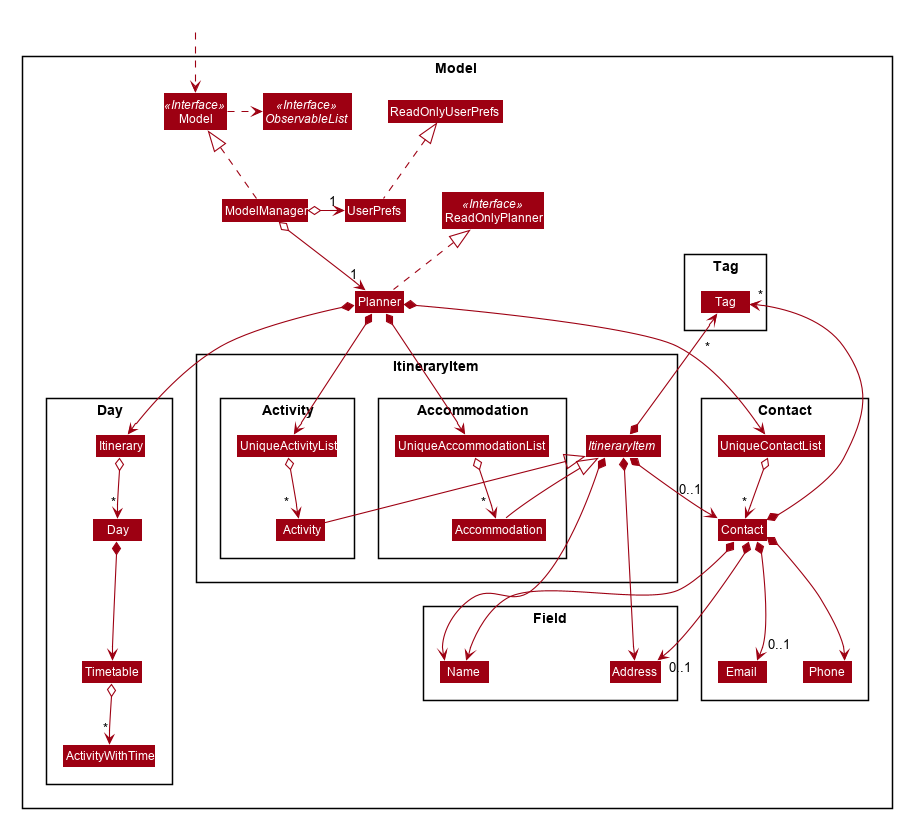
nus-cs2103-AY1920S1/addressbook-level3 keeps this PlantUML diagram as docs/images/ModelClassDiagram.png. Above is the earlier version.
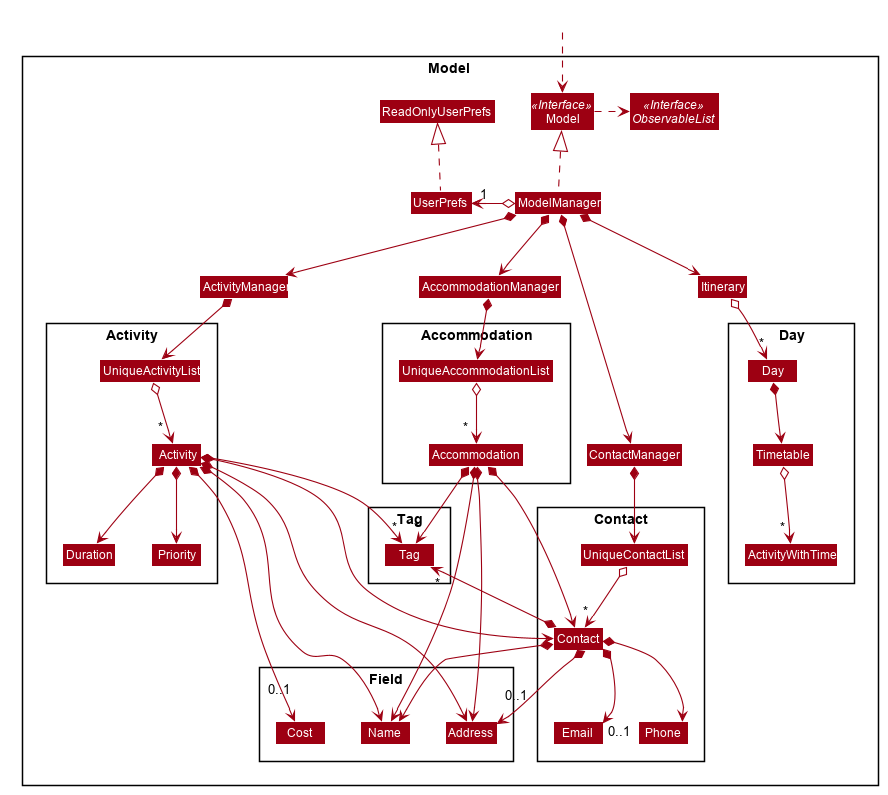
Later version of the same file.

What changed in the source:
```diff
@@ -52,40 +52,39 @@
 skinparam classBackgroundColor #9D0012
 
 Package Model <<Rectangle>>{
-Interface ReadOnlyPlanner <<Interface>>
 Interface Model <<Interface>>
 Interface ObservableList <<Interface>>
-Class Planner
-Class ReadOnlyPlanner
 Class Model
 Class ModelManager
+Class AccommodationManager
+Class ActivityManager
+Class ContactManager
+Class Itinerary
 Class UserPrefs
 Class ReadOnlyUserPrefs
 
 Package Field\n {
 Class Address
-Class H1 #FFFFFF
+Class Cost
 Class Name
 }
+Package Activity {
+Class Activity
+Class UniqueActivityList
+Class Duration
+Class Priority
+}
 
-Package ItineraryItem {
-    Abstract Class ItineraryItem
-    Package Activity {
-    Class Activity
-    Class UniqueActivityList
-    }
+Package Accommodation {
+Class Accommodation
+Class UniqueAccommodationList
+}
 
-    Package Accommodation {
-    Class Accommodation
-    Class UniqueAccommodationList
-    }
-}
 
 Package Day {
 Class ActivityWithTime
 Class Day
 Class Timetable
-Class Itinerary
 }
 
 Package Contact {
@@ -102,55 +101,56 @@
 Class HiddenOutside #FFFFFF
 HiddenOutside ..> Model
 
-Planner .up.|> ReadOnlyPlanner
-
 ModelManager .up.|> Model
 Model .right.> ObservableList
-ModelManager o--> "1" Planner
 ModelManager o-left-> "1" UserPrefs
 UserPrefs .up.|> ReadOnlyUserPrefs
 
-Planner *--> UniqueAccommodationList
-Planner *--> UniqueContactList
-Planner *--> UniqueActivityList
-Planner *--> Itinerary
-
-ItineraryItem *-->  Name
-ItineraryItem *-[hidden]-> Name
-ItineraryItem *-[hidden]-> Name
-ItineraryItem *--> Address
-ItineraryItem *--> "0..1  \n" Contact
-ItineraryItem *-[hidden]-> Contact
-ItineraryItem *-up-> "\n        *" Tag
-ItineraryItem <|-- Accommodation
-ItineraryItem <|-[hidden]- Accommodation
-
-ItineraryItem <|-- Activity
+AccommodationManager *--> UniqueAccommodationList
+ContactManager *--> UniqueContactList
+ActivityManager *--> UniqueActivityList
+ModelManager *--> Itinerary
+ModelManager *--> AccommodationManager
+ModelManager *--> ActivityManager
+ModelManager *--> ContactManager
 
 UniqueActivityList o--> "         *" Activity
 UniqueAccommodationList o--> "        *" Accommodation
 
 UniqueContactList o--> "*" Contact
 
+
+Contact *-[hidden]->  Name
 Contact *-->  Name
-Contact *-[hidden]->  Phone
-Contact *-[hidden]->  Phone
+Contact *-[hidden]-> Phone
+Contact *-[hidden]-> Phone
 Contact *-->  Phone
+Contact *-[hidden]-> "0..1" Email
 Contact *-[hidden]-> "0..1" Email
 Contact *-[hidden]-> "0..1" Email
 Contact *--> "0..1" Email
 Contact *-[hidden]-> "0..1" Address
 Contact *-[hidden]-> "0..1" Address
-Contact *--> "0..1" Address
-
+Contact *--> "0..1\n" Address
 Contact *-up-> "*" Tag
 
+Activity *-->  Name
+Activity *-->  Duration
+Activity *-->  Priority
+Activity *--> Contact
+Activity *--> "0..1\n" Cost
+Activity *--> Address
+Activity *--> "*" Tag
 
-Itinerary o--> " *" Day
+Accommodation *-->  Name
+Accommodation *--> Contact
+Accommodation *--> Address
+Accommodation *--> "*" Tag
+
+
+Itinerary o--> "*" Day
 Day *--> Timetable
-Timetable o--> " *" ActivityWithTime
-
-Name -[hidden]right-> H1
+Timetable o--> "     *" ActivityWithTime
 
 
 @enduml
```
